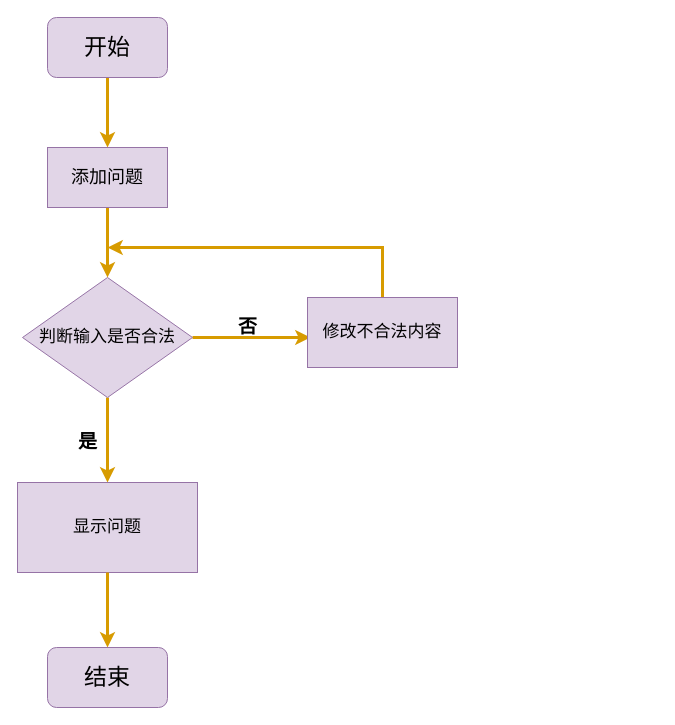
Above: 发布问题流程图.drawio in ov0-0vo/1 (draw.io), before the change. Source tidied: cells renumbered, new cells numbered last; positions are measured from the earlier drawing's top-left corner, leaving out a move shared by most shapes. Both pictures are drawn from the tidied source at 100%, with x=0, y=0 at pixel (17, 17).
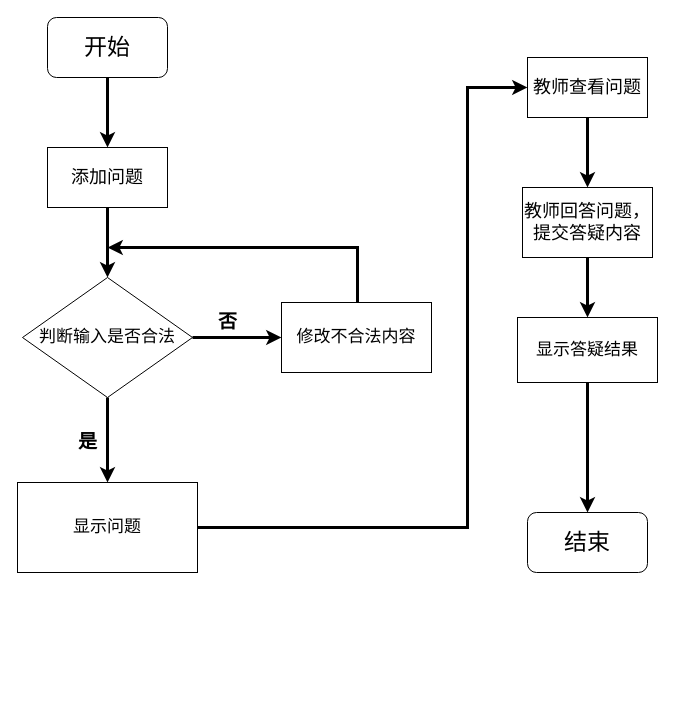
After the change.

Commit message:
更新发布问题流程图.drawio

Change to the diagram source:
```diff
@@
-    <mxCell id="2" style="edgeStyle=none;shape=connector;rounded=0;jettySize=auto;html=1;labelBackgroundColor=default;strokeColor=#d79b00;strokeWidth=3;fontFamily=Times New Roman;fontSize=12;fontColor=default;endArrow=classic;fillColor=#ffe6cc;" parent="1" edge="1" source="4" target="9">
+    <mxCell id="2" style="edgeStyle=none;shape=connector;rounded=0;jettySize=auto;html=1;labelBackgroundColor=default;strokeWidth=3;fontFamily=Times New Roman;fontSize=12;fontColor=default;endArrow=classic;" parent="1" edge="1" source="4" target="9">
       <mxGeometry relative="1" as="geometry" />
     </mxCell>
-    <mxCell id="3" style="edgeStyle=orthogonalEdgeStyle;shape=connector;rounded=0;jettySize=auto;html=1;exitX=1;exitY=0.5;exitDx=0;exitDy=0;labelBackgroundColor=default;strokeColor=#d79b00;strokeWidth=3;fontFamily=Times New Roman;fontSize=12;fontColor=default;endArrow=classic;fillColor=#ffe6cc;endFill=1;" parent="1" edge="1" source="4">
-      <mxGeometry relative="1" as="geometry">
-        <mxPoint x="293" y="320" as="targetPoint" />
-      </mxGeometry>
+    <mxCell id="3" style="edgeStyle=orthogonalEdgeStyle;shape=connector;rounded=0;jettySize=auto;html=1;exitX=1;exitY=0.5;exitDx=0;exitDy=0;labelBackgroundColor=default;strokeWidth=3;fontFamily=Times New Roman;fontSize=12;fontColor=default;endArrow=classic;endFill=1;entryX=0;entryY=0.5;entryDx=0;entryDy=0;" parent="1" edge="1" source="4" target="15">
+      <mxGeometry relative="1" as="geometry" />
     </mxCell>
-    <mxCell id="4" value="判断输入是否合法" style="rhombus;whiteSpace=wrap;html=1;fillColor=#e1d5e7;strokeColor=#9673a6;fontSize=17;" parent="1" vertex="1">
+    <mxCell id="4" value="判断输入是否合法" style="rhombus;whiteSpace=wrap;html=1;fontSize=17;" parent="1" vertex="1">
       <mxGeometry x="5" y="260" width="170" height="120" as="geometry" />
     </mxCell>
-    <mxCell id="5" style="rounded=0;jettySize=auto;html=1;exitX=0.5;exitY=1;exitDx=0;exitDy=0;entryX=0.5;entryY=0;entryDx=0;entryDy=0;fontFamily=Times New Roman;fontSize=12;fontColor=default;fillColor=#ffe6cc;strokeColor=#d79b00;strokeWidth=3;" parent="1" edge="1" source="6" target="8">
+    <mxCell id="5" style="rounded=0;jettySize=auto;html=1;exitX=0.5;exitY=1;exitDx=0;exitDy=0;entryX=0.5;entryY=0;entryDx=0;entryDy=0;fontFamily=Times New Roman;fontSize=12;fontColor=default;strokeWidth=3;" parent="1" edge="1" source="6" target="8">
       <mxGeometry relative="1" as="geometry" />
     </mxCell>
-    <mxCell id="6" value="开始" style="rounded=1;whiteSpace=wrap;html=1;fillColor=#e1d5e7;strokeColor=#9673a6;fontFamily=Times New Roman;fontSize=23;fontStyle=0;" parent="1" vertex="1">
+    <mxCell id="6" value="开始" style="rounded=1;whiteSpace=wrap;html=1;fontFamily=Times New Roman;fontSize=23;fontStyle=0;" parent="1" vertex="1">
       <mxGeometry x="30" width="120" height="60" as="geometry" />
     </mxCell>
-    <mxCell id="7" style="edgeStyle=none;shape=connector;rounded=0;jettySize=auto;html=1;exitX=0.5;exitY=1;exitDx=0;exitDy=0;entryX=0.5;entryY=0;entryDx=0;entryDy=0;labelBackgroundColor=default;strokeColor=#d79b00;strokeWidth=3;fontFamily=Times New Roman;fontSize=12;fontColor=default;endArrow=classic;fillColor=#ffe6cc;" parent="1" edge="1" source="8" target="4">
+    <mxCell id="7" style="edgeStyle=none;shape=connector;rounded=0;jettySize=auto;html=1;exitX=0.5;exitY=1;exitDx=0;exitDy=0;entryX=0.5;entryY=0;entryDx=0;entryDy=0;labelBackgroundColor=default;strokeWidth=3;fontFamily=Times New Roman;fontSize=12;fontColor=default;endArrow=classic;" parent="1" edge="1" source="8" target="4">
       <mxGeometry relative="1" as="geometry" />
     </mxCell>
-    <mxCell id="8" value="添加问题" style="rounded=0;whiteSpace=wrap;html=1;strokeColor=#9673a6;fontFamily=Times New Roman;fontSize=18;fontColor=default;fillColor=#e1d5e7;" parent="1" vertex="1">
+    <mxCell id="8" value="添加问题" style="rounded=0;whiteSpace=wrap;html=1;fontFamily=Times New Roman;fontSize=18;" parent="1" vertex="1">
       <mxGeometry x="30" y="130" width="120" height="60" as="geometry" />
     </mxCell>
+    <mxCell id="16" style="edgeStyle=orthogonalEdgeStyle;shape=connector;rounded=0;jettySize=auto;html=1;exitX=1;exitY=0.5;exitDx=0;exitDy=0;entryX=0;entryY=0.5;entryDx=0;entryDy=0;labelBackgroundColor=default;strokeColor=default;strokeWidth=3;fontFamily=Times New Roman;fontSize=12;fontColor=default;endArrow=classic;" parent="1" edge="1" source="9" target="18">
+      <mxGeometry relative="1" as="geometry">
+        <Array as="points">
+          <mxPoint x="450" y="510" />
+          <mxPoint x="450" y="70" />
+        </Array>
+      </mxGeometry>
+    </mxCell>
-    <mxCell id="9" value="显示问题" style="whiteSpace=wrap;html=1;fontSize=17;fillColor=#e1d5e7;strokeColor=#9673a6;" parent="1" vertex="1">
+    <mxCell id="9" value="显示问题" style="whiteSpace=wrap;html=1;fontSize=17;" parent="1" vertex="1">
       <mxGeometry y="465" width="180" height="90" as="geometry" />
     </mxCell>
-    <mxCell id="10" value="是" style="text;html=1;align=center;verticalAlign=middle;strokeColor=none;fillColor=none;fontSize=19;fontFamily=Times New Roman;fontColor=default;fontStyle=1;" parent="1" vertex="1">
+    <mxCell id="10" value="是" style="text;html=1;align=center;verticalAlign=middle;fontSize=19;fontFamily=Times New Roman;fontStyle=1;" parent="1" vertex="1">
       <mxGeometry x="50" y="405" width="40" height="40" as="geometry" />
     </mxCell>
-    <mxCell id="11" style="endArrow=classic;html=1;rounded=0;labelBackgroundColor=default;strokeColor=#d79b00;strokeWidth=3;fontFamily=Times New Roman;fontSize=12;fontColor=default;fillColor=#ffe6cc;shape=connector;exitX=0.5;exitY=0;exitDx=0;exitDy=0;edgeStyle=orthogonalEdgeStyle;" parent="1" edge="1" source="15">
+    <mxCell id="11" style="endArrow=classic;html=1;rounded=0;labelBackgroundColor=default;strokeWidth=3;fontFamily=Times New Roman;fontSize=12;fontColor=default;shape=connector;exitX=0.5;exitY=0;exitDx=0;exitDy=0;edgeStyle=orthogonalEdgeStyle;" parent="1" edge="1" source="15">
       <mxGeometry relative="1" as="geometry">
         <mxPoint x="90" y="230" as="targetPoint" />
         <Array as="points">
-          <mxPoint x="365" y="230" />
+          <mxPoint x="340" y="285" />
+          <mxPoint x="340" y="230" />
         </Array>
       </mxGeometry>
     </mxCell>
-    <mxCell id="12" value="否" style="text;html=1;align=center;verticalAlign=middle;strokeColor=none;fillColor=none;fontSize=19;fontFamily=Times New Roman;fontColor=default;strokeWidth=3;fontStyle=1;" parent="1" vertex="1">
-      <mxGeometry x="210" y="290" width="40" height="40" as="geometry" />
+    <mxCell id="12" value="否" style="text;html=1;align=center;verticalAlign=middle;fontSize=19;fontFamily=Times New Roman;strokeWidth=3;fontStyle=1;" parent="1" vertex="1">
+      <mxGeometry x="190" y="285" width="40" height="40" as="geometry" />
     </mxCell>
-    <mxCell id="13" style="edgeStyle=none;shape=connector;rounded=0;jettySize=auto;html=1;labelBackgroundColor=default;strokeColor=#d79b00;strokeWidth=3;fontFamily=Times New Roman;fontSize=12;fontColor=default;endArrow=classic;fillColor=#ffe6cc;exitX=0.5;exitY=1;exitDx=0;exitDy=0;" parent="1" edge="1" source="9" target="14">
-      <mxGeometry relative="1" as="geometry" />
-    </mxCell>
+    <mxCell id="15" value="修改不合法内容" style="rounded=0;whiteSpace=wrap;html=1;fontSize=17;" parent="1" vertex="1">
+      <mxGeometry x="264" y="285" width="150" height="70" as="geometry" />
+    </mxCell>
+    <mxCell id="17" style="edgeStyle=none;shape=connector;rounded=0;jettySize=auto;html=1;exitX=0.5;exitY=1;exitDx=0;exitDy=0;entryX=0.5;entryY=0;entryDx=0;entryDy=0;labelBackgroundColor=default;strokeWidth=3;fontFamily=Times New Roman;fontSize=12;fontColor=default;endArrow=classic;" parent="1" edge="1" source="18" target="21">
+      <mxGeometry relative="1" as="geometry" />
+    </mxCell>
+    <mxCell id="18" value="教师查看问题" style="rounded=0;whiteSpace=wrap;html=1;fontFamily=Times New Roman;fontSize=18;" parent="1" vertex="1">
+      <mxGeometry x="510" y="40" width="120" height="60" as="geometry" />
+    </mxCell>
+    <mxCell id="19" value="显示答疑结果" style="whiteSpace=wrap;html=1;fontSize=17;" parent="1" vertex="1">
+      <mxGeometry x="500" y="300" width="140" height="65" as="geometry" />
+    </mxCell>
+    <mxCell id="20" style="edgeStyle=none;shape=connector;rounded=0;jettySize=auto;html=1;exitX=0.5;exitY=1;exitDx=0;exitDy=0;entryX=0.5;entryY=0;entryDx=0;entryDy=0;labelBackgroundColor=default;strokeColor=default;strokeWidth=3;fontFamily=Times New Roman;fontSize=12;fontColor=default;endArrow=classic;" parent="1" edge="1" source="21" target="19">
+      <mxGeometry relative="1" as="geometry" />
+    </mxCell>
+    <mxCell id="21" value="教师回答问题，提交答疑内容" style="rounded=0;whiteSpace=wrap;html=1;fontFamily=Times New Roman;fontSize=18;" parent="1" vertex="1">
+      <mxGeometry x="505" y="170" width="130" height="70" as="geometry" />
+    </mxCell>
+    <mxCell id="22" style="edgeStyle=none;shape=connector;rounded=0;jettySize=auto;html=1;labelBackgroundColor=default;strokeWidth=3;fontFamily=Times New Roman;fontSize=12;fontColor=default;endArrow=classic;exitX=0.5;exitY=1;exitDx=0;exitDy=0;" parent="1" edge="1" source="19" target="14">
+      <mxGeometry relative="1" as="geometry" />
+    </mxCell>
-    <mxCell id="14" value="结束" style="rounded=1;whiteSpace=wrap;html=1;fontSize=23;fillColor=#e1d5e7;strokeColor=#9673a6;" parent="1" vertex="1">
-      <mxGeometry x="30" y="630" width="120" height="60" as="geometry" />
+    <mxCell id="14" value="结束" style="rounded=1;whiteSpace=wrap;html=1;fontSize=23;" parent="1" vertex="1">
+      <mxGeometry x="510" y="495" width="120" height="60" as="geometry" />
     </mxCell>
-    <mxCell id="15" value="修改不合法内容" style="rounded=0;whiteSpace=wrap;html=1;fillColor=#e1d5e7;strokeColor=#9673a6;fontSize=17;" parent="1" vertex="1">
-      <mxGeometry x="290" y="280" width="150" height="70" as="geometry" />
-    </mxCell>
```
